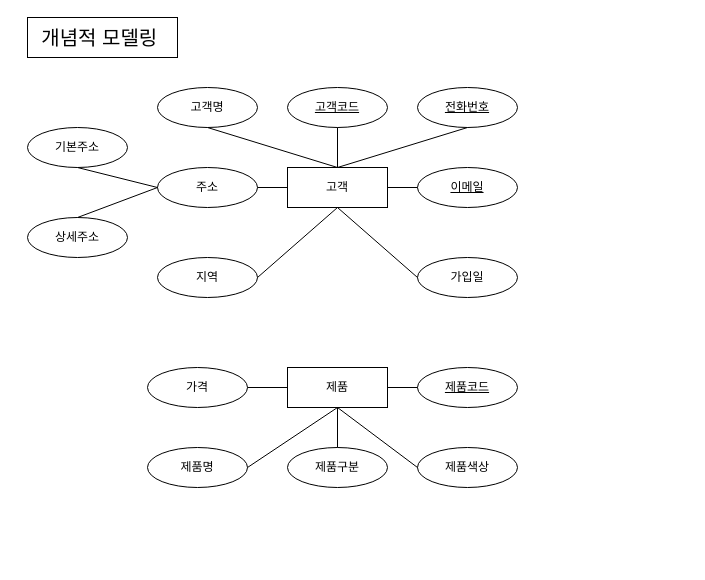
Before: 제목 없는 다이어그램.drawio in dbswhd4932/erd, a draw.io diagram. Source tidied: cells renumbered, new cells numbered last; positions are measured from the earlier drawing's top-left corner, leaving out a move shared by most shapes. Both pictures are drawn from the tidied source at 100%, with x=0, y=0 at pixel (27, 17).
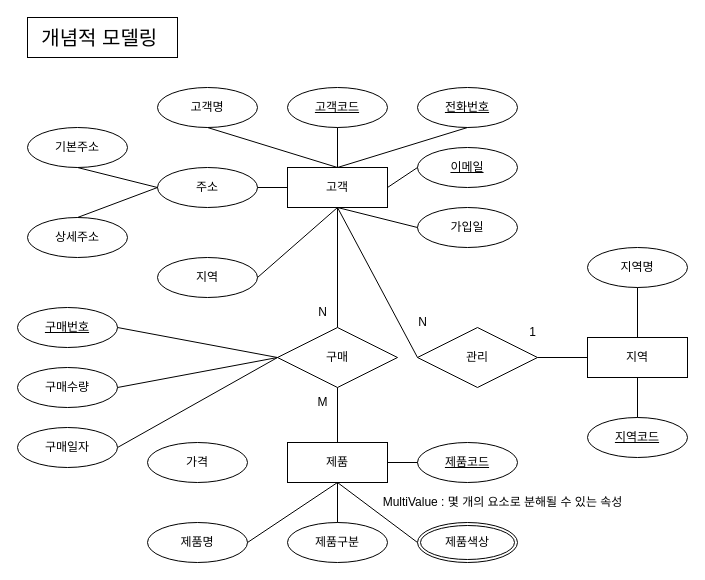
The same diagram, later.

Commit message:
개념적모델링_fix

Unchanged cells that the change refers to:
```xml
<mxCell id="2" value="고객" style="whiteSpace=wrap;html=1;align=center;" parent="1" vertex="1">
  <mxGeometry x="260" y="150" width="100" height="40" as="geometry" />
</mxCell>
```

Diff of the diagram source:
```diff
@@
     <mxCell id="6" value="이메일" style="ellipse;whiteSpace=wrap;html=1;align=center;fontStyle=4;" parent="1" vertex="1">
-      <mxGeometry x="390" y="150" width="100" height="40" as="geometry" />
+      <mxGeometry x="390" y="130" width="100" height="40" as="geometry" />
     </mxCell>
@@
     <mxCell id="9" value="가입일" style="ellipse;whiteSpace=wrap;html=1;align=center;" parent="1" vertex="1">
-      <mxGeometry x="390" y="240" width="100" height="40" as="geometry" />
+      <mxGeometry x="390" y="190" width="100" height="40" as="geometry" />
     </mxCell>
@@
     <mxCell id="22" value="제품" style="whiteSpace=wrap;html=1;align=center;" parent="1" vertex="1">
-      <mxGeometry x="260" y="350" width="100" height="40" as="geometry" />
+      <mxGeometry x="260" y="425" width="100" height="40" as="geometry" />
     </mxCell>
     <mxCell id="23" value="제품코드" style="ellipse;whiteSpace=wrap;html=1;align=center;fontStyle=4;" parent="1" vertex="1">
-      <mxGeometry x="390" y="350" width="100" height="40" as="geometry" />
+      <mxGeometry x="390" y="425" width="100" height="40" as="geometry" />
     </mxCell>
-    <mxCell id="24" value="제품색상" style="ellipse;whiteSpace=wrap;html=1;align=center;" parent="1" vertex="1">
-      <mxGeometry x="390" y="430" width="100" height="40" as="geometry" />
-    </mxCell>
     <mxCell id="25" value="제품구분" style="ellipse;whiteSpace=wrap;html=1;align=center;" parent="1" vertex="1">
-      <mxGeometry x="260" y="430" width="100" height="40" as="geometry" />
+      <mxGeometry x="260" y="505" width="100" height="40" as="geometry" />
     </mxCell>
     <mxCell id="26" value="제품명" style="ellipse;whiteSpace=wrap;html=1;align=center;" parent="1" vertex="1">
-      <mxGeometry x="120" y="430" width="100" height="40" as="geometry" />
+      <mxGeometry x="120" y="505" width="100" height="40" as="geometry" />
     </mxCell>
     <mxCell id="27" value="가격" style="ellipse;whiteSpace=wrap;html=1;align=center;" parent="1" vertex="1">
-      <mxGeometry x="120" y="350" width="100" height="40" as="geometry" />
+      <mxGeometry x="120" y="425" width="100" height="40" as="geometry" />
     </mxCell>
-    <mxCell id="28" style="endArrow=none;html=1;rounded=0;exitX=1;exitY=0.5;exitDx=0;exitDy=0;" parent="1" edge="1" source="27">
+    <mxCell id="28" style="endArrow=none;html=1;rounded=0;entryX=0;entryY=0.5;entryDx=0;entryDy=0;" parent="1" edge="1" target="38">
       <mxGeometry relative="1" as="geometry">
-        <mxPoint x="260" y="370" as="targetPoint" />
+        <mxPoint x="310" y="190" as="sourcePoint" />
       </mxGeometry>
     </mxCell>
     <mxCell id="29" style="endArrow=none;html=1;rounded=0;exitX=1;exitY=0.5;exitDx=0;exitDy=0;" parent="1" edge="1">
       <mxGeometry relative="1" as="geometry">
-        <mxPoint x="360" y="370" as="sourcePoint" />
-        <mxPoint x="390" y="370" as="targetPoint" />
+        <mxPoint x="360" y="445" as="sourcePoint" />
+        <mxPoint x="390" y="445" as="targetPoint" />
       </mxGeometry>
     </mxCell>
@@
-    <mxCell id="31" style="endArrow=none;html=1;rounded=0;exitX=0;exitY=0.5;exitDx=0;exitDy=0;entryX=0.5;entryY=1;entryDx=0;entryDy=0;" parent="1" edge="1" source="24" target="22">
-      <mxGeometry relative="1" as="geometry" />
+    <mxCell id="31" style="endArrow=none;html=1;rounded=0;exitX=0;exitY=0.5;exitDx=0;exitDy=0;entryX=0.5;entryY=1;entryDx=0;entryDy=0;" parent="1" edge="1" target="22">
+      <mxGeometry relative="1" as="geometry">
+        <mxPoint x="390" y="525" as="sourcePoint" />
+      </mxGeometry>
     </mxCell>
     <mxCell id="32" style="endArrow=none;html=1;rounded=0;exitX=0.5;exitY=0;exitDx=0;exitDy=0;" parent="1" edge="1" source="25">
       <mxGeometry relative="1" as="geometry">
-        <mxPoint x="310" y="390" as="targetPoint" />
+        <mxPoint x="310" y="465" as="targetPoint" />
       </mxGeometry>
     </mxCell>
+    <mxCell id="33" value="지역" style="whiteSpace=wrap;html=1;align=center;" parent="1" vertex="1">
+      <mxGeometry x="560" y="320" width="100" height="40" as="geometry" />
+    </mxCell>
+    <mxCell id="34" value="지역코드" style="ellipse;whiteSpace=wrap;html=1;align=center;fontStyle=4;" parent="1" vertex="1">
+      <mxGeometry x="560" y="400" width="100" height="40" as="geometry" />
+    </mxCell>
+    <mxCell id="35" value="지역명" style="ellipse;whiteSpace=wrap;html=1;align=center;" parent="1" vertex="1">
+      <mxGeometry x="560" y="230" width="100" height="40" as="geometry" />
+    </mxCell>
+    <mxCell id="36" style="endArrow=none;html=1;rounded=0;entryX=0.5;entryY=0;entryDx=0;entryDy=0;" parent="1" edge="1" target="33">
+      <mxGeometry relative="1" as="geometry">
+        <mxPoint x="610" y="270" as="sourcePoint" />
+      </mxGeometry>
+    </mxCell>
+    <mxCell id="37" style="endArrow=none;html=1;rounded=0;" parent="1" edge="1">
+      <mxGeometry relative="1" as="geometry">
+        <mxPoint x="610" y="360" as="sourcePoint" />
+        <mxPoint x="610" y="400" as="targetPoint" />
+      </mxGeometry>
+    </mxCell>
+    <mxCell id="38" value="관리" style="shape=rhombus;perimeter=rhombusPerimeter;whiteSpace=wrap;html=1;align=center;" parent="1" vertex="1">
+      <mxGeometry x="390" y="310" width="120" height="60" as="geometry" />
+    </mxCell>
+    <mxCell id="39" style="endArrow=none;html=1;rounded=0;exitX=1;exitY=0.5;exitDx=0;exitDy=0;entryX=0;entryY=0.5;entryDx=0;entryDy=0;" parent="1" edge="1" source="38" target="33">
+      <mxGeometry relative="1" as="geometry" />
+    </mxCell>
+    <mxCell id="40" value="N" style="text;html=1;align=center;verticalAlign=middle;strokeColor=none;fillColor=none;" parent="1" vertex="1">
+      <mxGeometry x="380" y="290" width="30" height="30" as="geometry" />
+    </mxCell>
+    <mxCell id="41" value="1" style="text;html=1;align=center;verticalAlign=middle;strokeColor=none;fillColor=none;" parent="1" vertex="1">
+      <mxGeometry x="490" y="300" width="30" height="30" as="geometry" />
+    </mxCell>
+    <mxCell id="42" style="endArrow=none;html=1;rounded=0;exitX=0.5;exitY=1;exitDx=0;exitDy=0;" parent="1" edge="1" source="2" target="43">
+      <mxGeometry relative="1" as="geometry" />
+    </mxCell>
+    <mxCell id="43" value="구매" style="shape=rhombus;perimeter=rhombusPerimeter;whiteSpace=wrap;html=1;align=center;" parent="1" vertex="1">
+      <mxGeometry x="250" y="310" width="120" height="60" as="geometry" />
+    </mxCell>
+    <mxCell id="44" style="endArrow=none;html=1;rounded=0;exitX=1;exitY=0.5;exitDx=0;exitDy=0;" parent="1" edge="1" source="49">
+      <mxGeometry relative="1" as="geometry">
+        <mxPoint x="250" y="340" as="targetPoint" />
+      </mxGeometry>
+    </mxCell>
+    <mxCell id="45" value="N" style="text;html=1;align=center;verticalAlign=middle;strokeColor=none;fillColor=none;" parent="1" vertex="1">
+      <mxGeometry x="280" y="280" width="30" height="30" as="geometry" />
+    </mxCell>
+    <mxCell id="46" value="M" style="text;html=1;align=center;verticalAlign=middle;strokeColor=none;fillColor=none;" parent="1" vertex="1">
+      <mxGeometry x="280" y="370" width="30" height="30" as="geometry" />
+    </mxCell>
+    <mxCell id="47" value="구매번호" style="ellipse;whiteSpace=wrap;html=1;align=center;fontStyle=4;" parent="1" vertex="1">
+      <mxGeometry x="-10" y="290" width="100" height="40" as="geometry" />
+    </mxCell>
+    <mxCell id="48" value="구매수량" style="ellipse;whiteSpace=wrap;html=1;align=center;" parent="1" vertex="1">
+      <mxGeometry x="-10" y="350" width="100" height="40" as="geometry" />
+    </mxCell>
+    <mxCell id="49" value="구매일자" style="ellipse;whiteSpace=wrap;html=1;align=center;" parent="1" vertex="1">
+      <mxGeometry x="-10" y="410" width="100" height="40" as="geometry" />
+    </mxCell>
+    <mxCell id="50" style="endArrow=none;html=1;rounded=0;exitX=0.5;exitY=0;exitDx=0;exitDy=0;entryX=0.5;entryY=1;entryDx=0;entryDy=0;" parent="1" edge="1" source="22" target="43">
+      <mxGeometry relative="1" as="geometry" />
+    </mxCell>
+    <mxCell id="51" style="endArrow=none;html=1;rounded=0;exitX=1;exitY=0.5;exitDx=0;exitDy=0;entryX=0;entryY=0.5;entryDx=0;entryDy=0;" parent="1" edge="1" source="47" target="43">
+      <mxGeometry relative="1" as="geometry" />
+    </mxCell>
+    <mxCell id="52" style="endArrow=none;html=1;rounded=0;exitX=0;exitY=0.5;exitDx=0;exitDy=0;entryX=1;entryY=0.5;entryDx=0;entryDy=0;" parent="1" edge="1" source="43" target="48">
+      <mxGeometry relative="1" as="geometry" />
+    </mxCell>
+    <mxCell id="24" value="제품색상" style="ellipse;shape=doubleEllipse;margin=3;whiteSpace=wrap;html=1;align=center;" parent="1" vertex="1">
+      <mxGeometry x="390" y="505" width="100" height="40" as="geometry" />
+    </mxCell>
+    <mxCell id="53" value="MultiValue : 몇 개의 요소로 분해될 수 있는 속성" style="text;html=1;align=center;verticalAlign=middle;strokeColor=none;fillColor=none;" parent="1" vertex="1">
+      <mxGeometry x="350" y="470" width="250" height="30" as="geometry" />
+    </mxCell>
```
